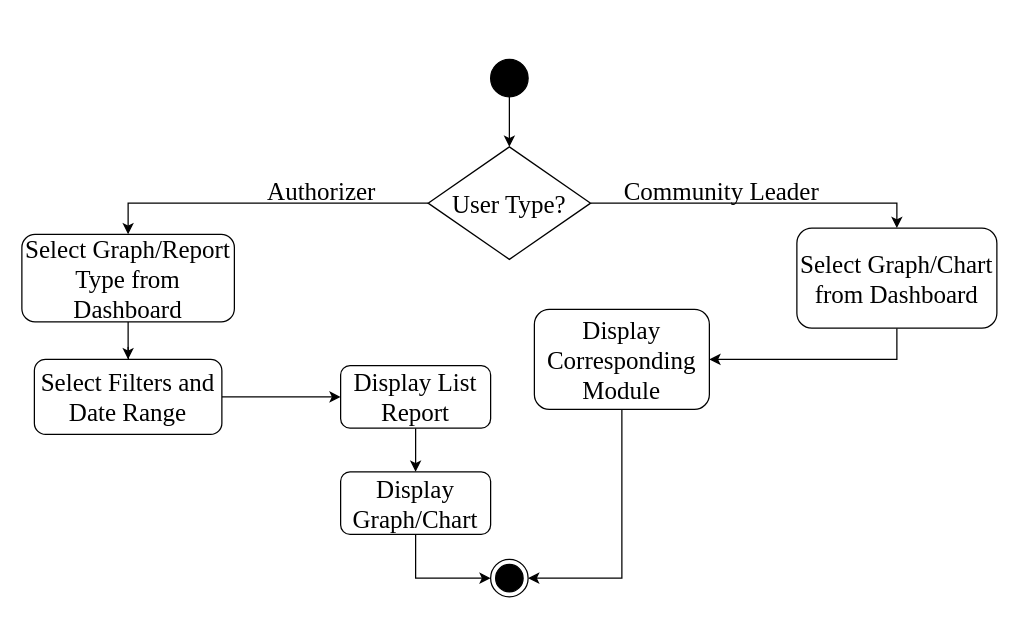
Above: page "Analytics" (11 of 12) of ConnexUs_Chap3.drawio in gvillanueva01/ConnexUs_diagrams (draw.io), before the change. Source tidied: cells renumbered, new cells numbered last; positions are measured from the earlier drawing's top-left corner, leaving out a move shared by most shapes. Both pictures are drawn from the tidied source at 125%, with x=0, y=0 at pixel (21, 59).
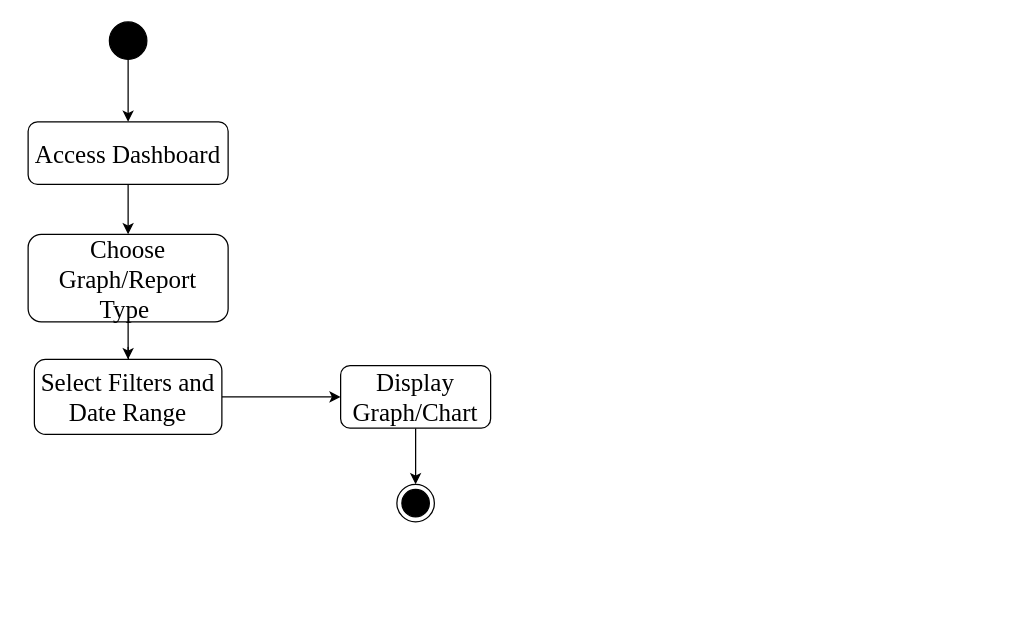
The same diagram, later.

The change refers to these unchanged cells:
```xml
<mxCell id="12" value="Select Filters and Date Range" style="rounded=1;whiteSpace=wrap;html=1;fontFamily=Times New Roman;fontSize=20;" parent="1" vertex="1">
  <mxGeometry x="10" y="240" width="150" height="60" as="geometry" />
</mxCell>
```

Change to the diagram source:
```diff
@@
-    <mxCell id="2" style="edgeStyle=orthogonalEdgeStyle;rounded=0;jettySize=auto;html=1;fontSize=20;" parent="1" edge="1" source="3" target="9">
+    <mxCell id="2" style="edgeStyle=orthogonalEdgeStyle;rounded=0;jettySize=auto;html=1;fontSize=20;entryX=0.5;entryY=0;entryDx=0;entryDy=0;" parent="1" edge="1" source="3" target="24">
       <mxGeometry relative="1" as="geometry" />
     </mxCell>
     <mxCell id="3" style="ellipse;fillColor=strokeColor;html=1;fontSize=20;" parent="1" vertex="1">
-      <mxGeometry x="375" width="30" height="30" as="geometry" />
+      <mxGeometry x="70" y="-30" width="30" height="30" as="geometry" />
     </mxCell>
@@
-    <mxCell id="6" value="Select Graph/Report Type from Dashboard" style="rounded=1;whiteSpace=wrap;html=1;fontFamily=Times New Roman;fontSize=20;" parent="1" vertex="1">
-      <mxGeometry y="140" width="170" height="70" as="geometry" />
+    <mxCell id="6" value="Choose Graph/Report Type&amp;nbsp;" style="rounded=1;whiteSpace=wrap;html=1;fontFamily=Times New Roman;fontSize=20;" parent="1" vertex="1">
+      <mxGeometry x="5" y="140" width="160" height="70" as="geometry" />
     </mxCell>
-    <mxCell id="7" style="edgeStyle=orthogonalEdgeStyle;rounded=0;jettySize=auto;html=1;exitX=0;exitY=0.5;exitDx=0;exitDy=0;entryX=0.5;entryY=0;entryDx=0;entryDy=0;fontSize=20;" parent="1" edge="1" source="9" target="6">
-      <mxGeometry relative="1" as="geometry" />
-    </mxCell>
-    <mxCell id="8" style="edgeStyle=orthogonalEdgeStyle;rounded=0;jettySize=auto;html=1;exitX=1;exitY=0.5;exitDx=0;exitDy=0;entryX=0.5;entryY=0;entryDx=0;entryDy=0;fontSize=20;" parent="1" edge="1" source="9" target="18">
-      <mxGeometry relative="1" as="geometry" />
-    </mxCell>
-    <mxCell id="9" value="&lt;font face=&quot;Times New Roman&quot; style=&quot;font-size: 20px;&quot;&gt;User Type?&lt;/font&gt;" style="shape=rhombus;html=1;dashed=0;whiteSpace=wrap;perimeter=rhombusPerimeter;fontSize=20;" parent="1" vertex="1">
-      <mxGeometry x="325" y="70" width="130" height="90" as="geometry" />
-    </mxCell>
     <mxCell id="10" style="ellipse;html=1;shape=endState;fillColor=strokeColor;fontSize=20;" parent="1" vertex="1">
-      <mxGeometry x="375" y="400" width="30" height="30" as="geometry" />
+      <mxGeometry x="300" y="340" width="30" height="30" as="geometry" />
     </mxCell>
-    <mxCell id="11" style="edgeStyle=orthogonalEdgeStyle;rounded=0;jettySize=auto;html=1;entryX=0;entryY=0.5;entryDx=0;entryDy=0;fontSize=20;" parent="1" edge="1" source="12" target="14">
-      <mxGeometry relative="1" as="geometry" />
+    <mxCell id="11" style="edgeStyle=orthogonalEdgeStyle;rounded=0;jettySize=auto;html=1;entryX=0;entryY=0.5;entryDx=0;entryDy=0;fontSize=20;" parent="1" edge="1" source="12">
+      <mxGeometry relative="1" as="geometry">
+        <mxPoint x="255" y="270" as="targetPoint" />
+      </mxGeometry>
     </mxCell>
@@
-    <mxCell id="13" style="edgeStyle=orthogonalEdgeStyle;rounded=0;jettySize=auto;html=1;fontSize=20;" parent="1" edge="1" source="14" target="16">
-      <mxGeometry relative="1" as="geometry" />
-    </mxCell>
-    <mxCell id="14" value="Display List Report" style="rounded=1;whiteSpace=wrap;html=1;fontFamily=Times New Roman;fontSize=20;" parent="1" vertex="1">
-      <mxGeometry x="255" y="245" width="120" height="50" as="geometry" />
-    </mxCell>
-    <mxCell id="15" style="edgeStyle=orthogonalEdgeStyle;rounded=0;jettySize=auto;html=1;entryX=0;entryY=0.5;entryDx=0;entryDy=0;fontSize=20;" parent="1" edge="1" source="16" target="10">
+    <mxCell id="15" style="edgeStyle=orthogonalEdgeStyle;rounded=0;jettySize=auto;html=1;" parent="1" edge="1" source="16" target="10">
       <mxGeometry relative="1" as="geometry" />
     </mxCell>
     <mxCell id="16" value="Display Graph/Chart" style="rounded=1;whiteSpace=wrap;html=1;fontFamily=Times New Roman;fontSize=20;" parent="1" vertex="1">
-      <mxGeometry x="255" y="330" width="120" height="50" as="geometry" />
+      <mxGeometry x="255" y="245" width="120" height="50" as="geometry" />
     </mxCell>
-    <mxCell id="17" style="edgeStyle=orthogonalEdgeStyle;rounded=0;jettySize=auto;html=1;entryX=1;entryY=0.5;entryDx=0;entryDy=0;fontSize=20;exitX=0.5;exitY=1;exitDx=0;exitDy=0;" parent="1" edge="1" source="18" target="20">
-      <mxGeometry relative="1" as="geometry">
-        <Array as="points">
-          <mxPoint x="700" y="240" />
-        </Array>
-      </mxGeometry>
-    </mxCell>
-    <mxCell id="18" value="Select Graph/Chart from Dashboard" style="rounded=1;whiteSpace=wrap;html=1;fontFamily=Times New Roman;fontSize=20;" parent="1" vertex="1">
-      <mxGeometry x="620" y="135" width="160" height="80" as="geometry" />
-    </mxCell>
-    <mxCell id="19" style="edgeStyle=orthogonalEdgeStyle;rounded=0;jettySize=auto;html=1;exitX=0.5;exitY=1;exitDx=0;exitDy=0;entryX=1;entryY=0.5;entryDx=0;entryDy=0;fontSize=20;" parent="1" edge="1" source="20" target="10">
-      <mxGeometry relative="1" as="geometry" />
-    </mxCell>
-    <mxCell id="20" value="Display Corresponding Module" style="rounded=1;whiteSpace=wrap;html=1;fontFamily=Times New Roman;fontSize=20;" parent="1" vertex="1">
-      <mxGeometry x="410" y="200" width="140" height="80" as="geometry" />
-    </mxCell>
-    <mxCell id="21" value="Authorizer" style="text;html=1;strokeColor=none;fillColor=none;align=center;verticalAlign=middle;whiteSpace=wrap;rounded=0;fontFamily=Times New Roman;fontSize=20;" parent="1" vertex="1">
-      <mxGeometry x="210" y="90" width="60" height="30" as="geometry" />
-    </mxCell>
-    <mxCell id="22" value="Community Leader" style="text;html=1;strokeColor=none;fillColor=none;align=center;verticalAlign=middle;whiteSpace=wrap;rounded=0;fontFamily=Times New Roman;fontSize=20;" parent="1" vertex="1">
-      <mxGeometry x="450" y="90" width="220" height="30" as="geometry" />
-    </mxCell>
+    <mxCell id="23" style="edgeStyle=orthogonalEdgeStyle;rounded=0;jettySize=auto;html=1;" parent="1" edge="1" source="24" target="6">
+      <mxGeometry relative="1" as="geometry" />
+    </mxCell>
+    <mxCell id="24" value="Access Dashboard" style="rounded=1;whiteSpace=wrap;html=1;fontFamily=Times New Roman;fontSize=20;" parent="1" vertex="1">
+      <mxGeometry x="5" y="50" width="160" height="50" as="geometry" />
+    </mxCell>
```
